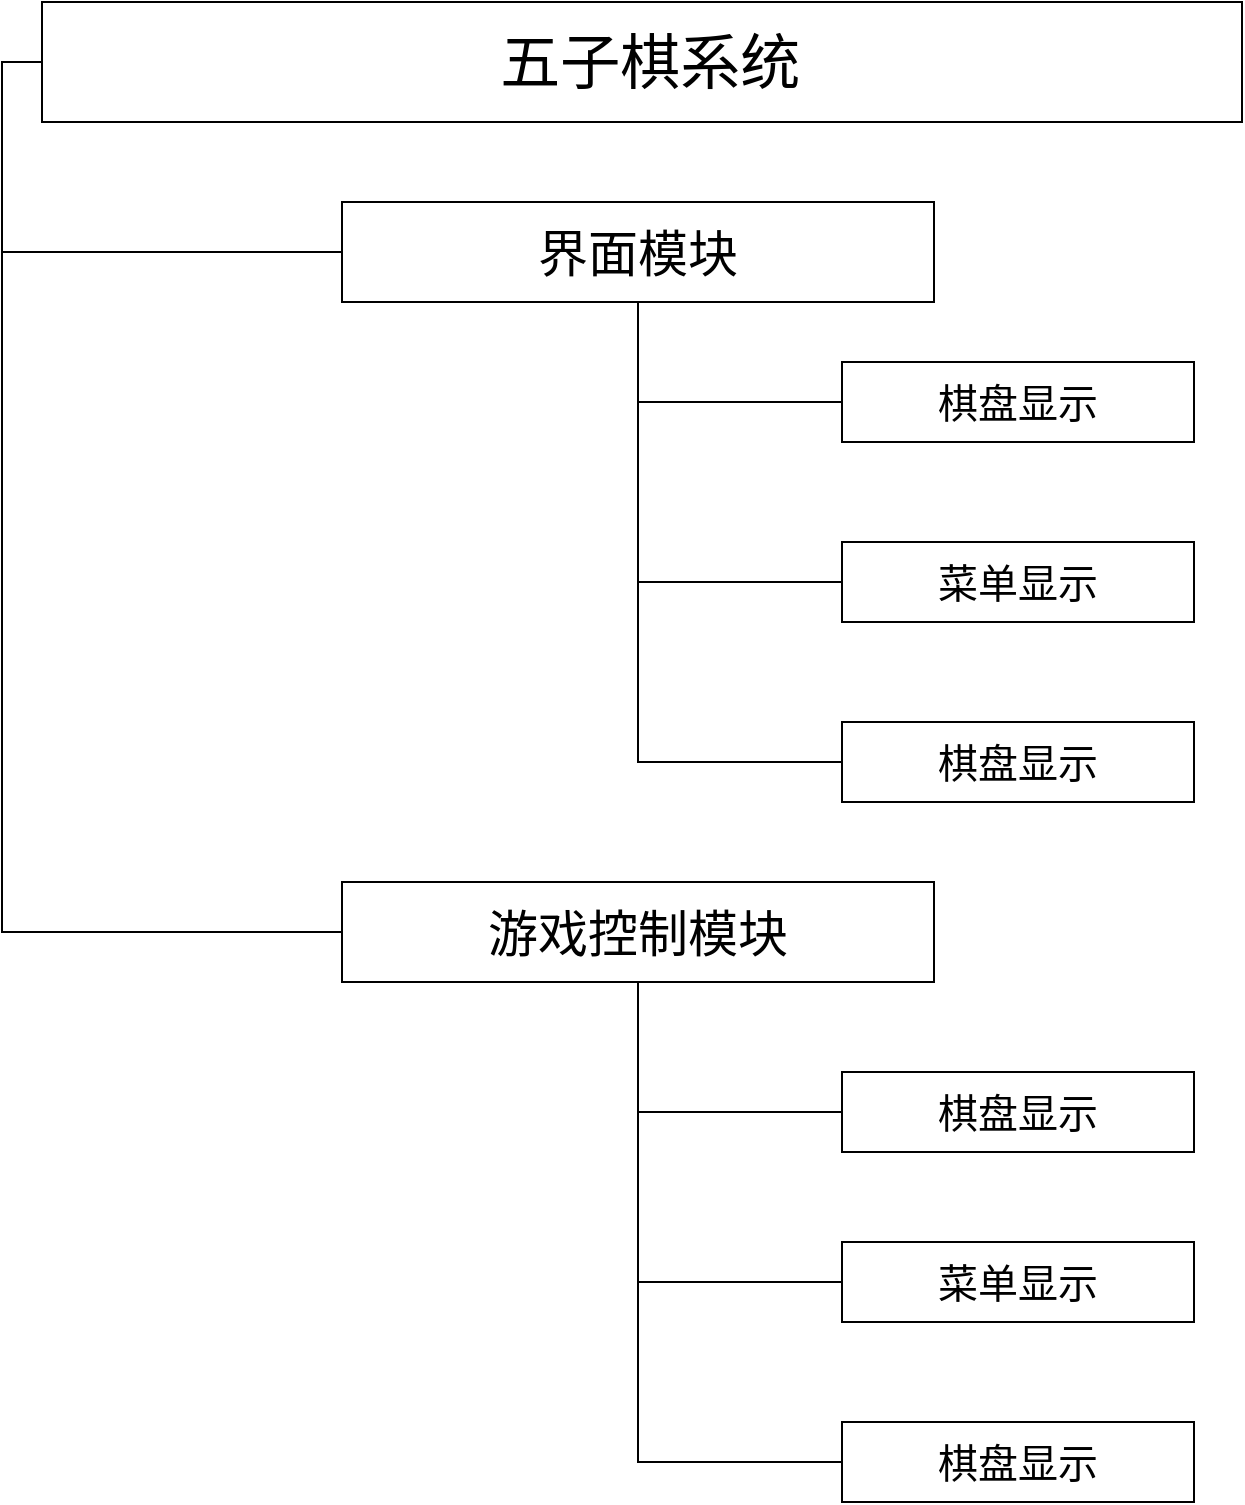
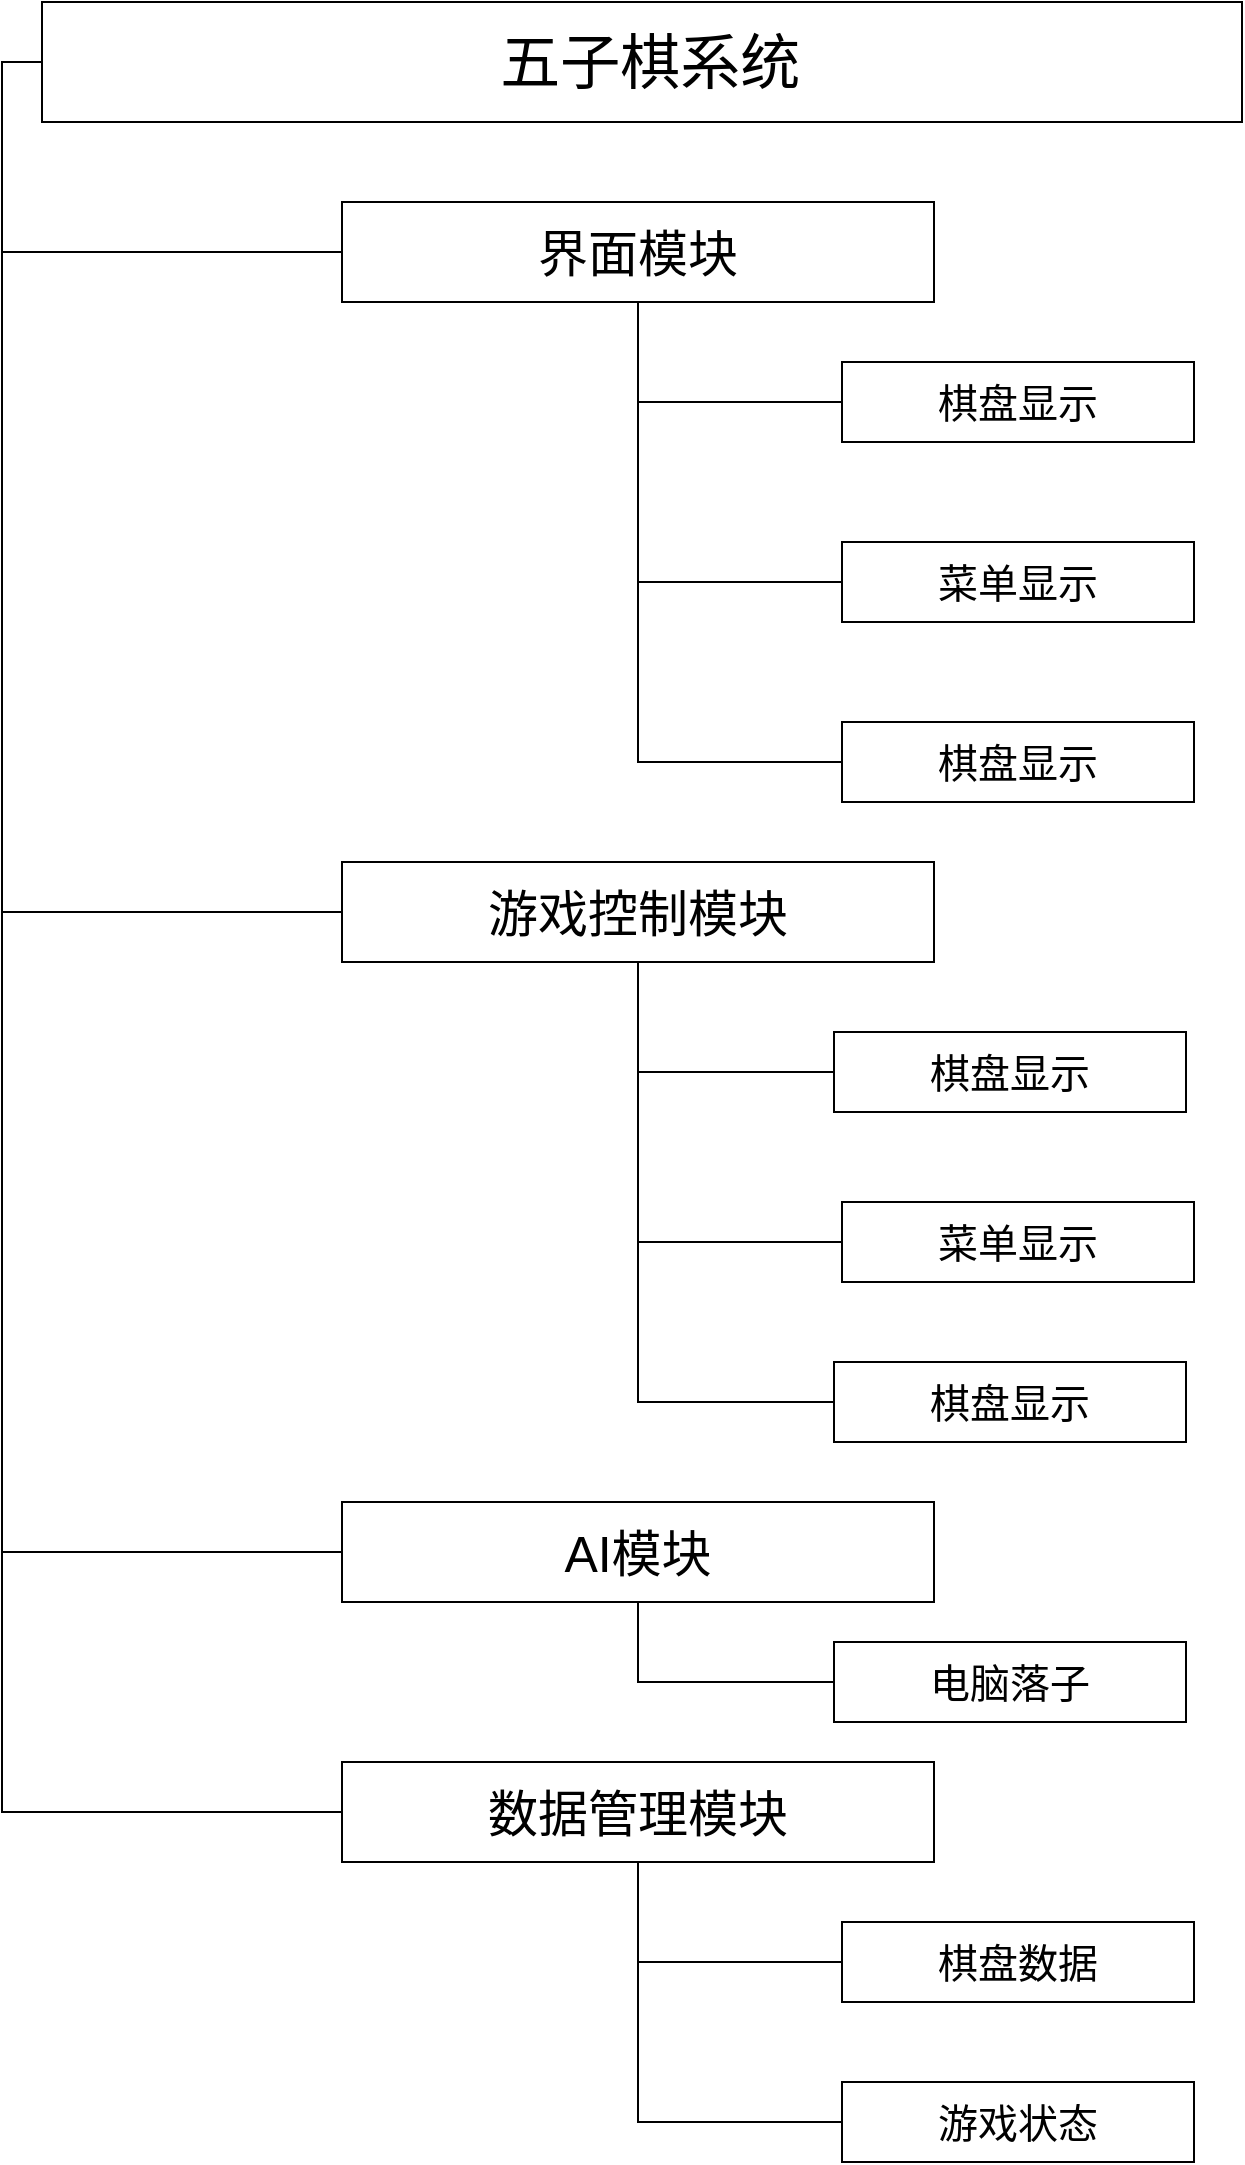
<mxfile host="app.diagrams.net">
  <diagram name="第 1 页" id="6xUhiLo2wfzWYMqrNlDq">
    <mxGraphModel dx="2054" dy="1198" grid="1" gridSize="10" guides="1" tooltips="1" connect="1" arrows="1" fold="1" page="1" pageScale="1" pageWidth="827" pageHeight="1169" math="0" shadow="0">
      <root>
        <mxCell id="0" />
        <mxCell id="1" parent="0" />
        <mxCell id="8LW64uSIi9CgH1aFV7yo-34" edge="1" parent="1" source="8LW64uSIi9CgH1aFV7yo-30" style="edgeStyle=orthogonalEdgeStyle;rounded=0;orthogonalLoop=1;jettySize=auto;html=1;exitX=0;exitY=0.5;exitDx=0;exitDy=0;entryX=0;entryY=0.5;entryDx=0;entryDy=0;endArrow=none;endFill=0;" target="8LW64uSIi9CgH1aFV7yo-32">
          <mxGeometry relative="1" as="geometry" />
        </mxCell>
        <mxCell id="8LW64uSIi9CgH1aFV7yo-42" edge="1" parent="1" source="8LW64uSIi9CgH1aFV7yo-30" style="edgeStyle=orthogonalEdgeStyle;rounded=0;orthogonalLoop=1;jettySize=auto;html=1;exitX=0;exitY=0.5;exitDx=0;exitDy=0;entryX=0;entryY=0.5;entryDx=0;entryDy=0;endArrow=none;endFill=0;" target="8LW64uSIi9CgH1aFV7yo-41">
+           <mxGeometry relative="1" as="geometry" />
+         </mxCell>
+         <mxCell id="8LW64uSIi9CgH1aFV7yo-50" edge="1" parent="1" source="8LW64uSIi9CgH1aFV7yo-30" style="edgeStyle=orthogonalEdgeStyle;rounded=0;orthogonalLoop=1;jettySize=auto;html=1;exitX=0;exitY=0.5;exitDx=0;exitDy=0;entryX=0;entryY=0.5;entryDx=0;entryDy=0;endArrow=none;endFill=0;" target="8LW64uSIi9CgH1aFV7yo-49">
+           <mxGeometry relative="1" as="geometry" />
+         </mxCell>
+         <mxCell id="8LW64uSIi9CgH1aFV7yo-54" edge="1" parent="1" source="8LW64uSIi9CgH1aFV7yo-30" style="edgeStyle=orthogonalEdgeStyle;rounded=0;orthogonalLoop=1;jettySize=auto;html=1;exitX=0;exitY=0.5;exitDx=0;exitDy=0;entryX=0;entryY=0.5;entryDx=0;entryDy=0;endArrow=none;endFill=0;" target="8LW64uSIi9CgH1aFV7yo-53">
          <mxGeometry relative="1" as="geometry" />
        </mxCell>
        <mxCell id="8LW64uSIi9CgH1aFV7yo-30" parent="1" style="rounded=0;whiteSpace=wrap;html=1;" value="&lt;font style=&quot;font-size: 30px;&quot;&gt;&amp;nbsp;五子棋系统&lt;/font&gt;" vertex="1">
          <mxGeometry height="60" width="600" x="114" y="30" as="geometry" />
        </mxCell>
        <mxCell id="8LW64uSIi9CgH1aFV7yo-38" edge="1" parent="1" source="8LW64uSIi9CgH1aFV7yo-32" style="edgeStyle=orthogonalEdgeStyle;rounded=0;orthogonalLoop=1;jettySize=auto;html=1;exitX=0.5;exitY=1;exitDx=0;exitDy=0;entryX=0;entryY=0.5;entryDx=0;entryDy=0;endArrow=none;endFill=0;" target="8LW64uSIi9CgH1aFV7yo-35">
          <mxGeometry relative="1" as="geometry" />
        </mxCell>
        <mxCell id="8LW64uSIi9CgH1aFV7yo-39" edge="1" parent="1" source="8LW64uSIi9CgH1aFV7yo-32" style="edgeStyle=orthogonalEdgeStyle;rounded=0;orthogonalLoop=1;jettySize=auto;html=1;exitX=0.5;exitY=1;exitDx=0;exitDy=0;entryX=0;entryY=0.5;entryDx=0;entryDy=0;endArrow=none;endFill=0;" target="8LW64uSIi9CgH1aFV7yo-36">
          <mxGeometry relative="1" as="geometry" />
        </mxCell>
        <mxCell id="8LW64uSIi9CgH1aFV7yo-40" edge="1" parent="1" source="8LW64uSIi9CgH1aFV7yo-32" style="edgeStyle=orthogonalEdgeStyle;rounded=0;orthogonalLoop=1;jettySize=auto;html=1;exitX=0.5;exitY=1;exitDx=0;exitDy=0;entryX=0;entryY=0.5;entryDx=0;entryDy=0;endArrow=none;endFill=0;" target="8LW64uSIi9CgH1aFV7yo-37">
          <mxGeometry relative="1" as="geometry" />
        </mxCell>
        <mxCell id="8LW64uSIi9CgH1aFV7yo-32" parent="1" style="rounded=0;whiteSpace=wrap;html=1;" value="&lt;font style=&quot;font-size: 25px;&quot;&gt;界面模块&lt;/font&gt;" vertex="1">
          <mxGeometry height="50" width="296" x="264" y="130" as="geometry" />
        </mxCell>
        <mxCell id="8LW64uSIi9CgH1aFV7yo-35" parent="1" style="rounded=0;whiteSpace=wrap;html=1;" value="&lt;font style=&quot;font-size: 20px;&quot;&gt;棋盘显示&lt;/font&gt;" vertex="1">
          <mxGeometry height="40" width="176" x="514" y="210" as="geometry" />
        </mxCell>
        <mxCell id="8LW64uSIi9CgH1aFV7yo-36" parent="1" style="rounded=0;whiteSpace=wrap;html=1;" value="&lt;font style=&quot;font-size: 20px;&quot;&gt;菜单显示&lt;/font&gt;&lt;span style=&quot;color: rgba(0, 0, 0, 0); font-family: monospace; font-size: 0px; text-align: start; white-space: nowrap;&quot;&gt;%3CmxGraphModel%3E%3Croot%3E%3CmxCell%20id%3D%220%22%2F%3E%3CmxCell%20id%3D%221%22%20parent%3D%220%22%2F%3E%3CmxCell%20id%3D%222%22%20parent%3D%221%22%20style%3D%22rounded%3D0%3BwhiteSpace%3Dwrap%3Bhtml%3D1%3B%22%20value%3D%22%26lt%3Bfont%20style%3D%26quot%3Bfont-size%3A%2020px%3B%26quot%3B%26gt%3B%E6%A3%8B%E7%9B%98%E6%98%BE%E7%A4%BA%26lt%3B%2Ffont%26gt%3B%22%20vertex%3D%221%22%3E%3CmxGeometry%20height%3D%2260%22%20width%3D%22200%22%20x%3D%22514%22%20y%3D%22300%22%20as%3D%22geometry%22%2F%3E%3C%2FmxCell%3E%3C%2Froot%3E%3C%2FmxGraphModel%3E&lt;/span&gt;" vertex="1">
          <mxGeometry height="40" width="176" x="514" y="300" as="geometry" />
        </mxCell>
        <mxCell id="8LW64uSIi9CgH1aFV7yo-37" parent="1" style="rounded=0;whiteSpace=wrap;html=1;" value="&lt;font style=&quot;font-size: 20px;&quot;&gt;棋盘显示&lt;/font&gt;" vertex="1">
          <mxGeometry height="40" width="176" x="514" y="390" as="geometry" />
        </mxCell>
        <mxCell id="8LW64uSIi9CgH1aFV7yo-46" edge="1" parent="1" source="8LW64uSIi9CgH1aFV7yo-41" style="edgeStyle=orthogonalEdgeStyle;rounded=0;orthogonalLoop=1;jettySize=auto;html=1;exitX=0.5;exitY=1;exitDx=0;exitDy=0;entryX=0;entryY=0.5;entryDx=0;entryDy=0;endArrow=none;endFill=0;startArrow=none;startFill=0;" target="8LW64uSIi9CgH1aFV7yo-43">
          <mxGeometry relative="1" as="geometry" />
        </mxCell>
        <mxCell id="8LW64uSIi9CgH1aFV7yo-47" edge="1" parent="1" source="8LW64uSIi9CgH1aFV7yo-41" style="edgeStyle=orthogonalEdgeStyle;rounded=0;orthogonalLoop=1;jettySize=auto;html=1;exitX=0.5;exitY=1;exitDx=0;exitDy=0;entryX=0;entryY=0.5;entryDx=0;entryDy=0;endArrow=none;endFill=0;" target="8LW64uSIi9CgH1aFV7yo-44">
          <mxGeometry relative="1" as="geometry" />
        </mxCell>
        <mxCell id="8LW64uSIi9CgH1aFV7yo-48" edge="1" parent="1" source="8LW64uSIi9CgH1aFV7yo-41" style="edgeStyle=orthogonalEdgeStyle;rounded=0;orthogonalLoop=1;jettySize=auto;html=1;exitX=0.5;exitY=1;exitDx=0;exitDy=0;entryX=0;entryY=0.5;entryDx=0;entryDy=0;endArrow=none;endFill=0;" target="8LW64uSIi9CgH1aFV7yo-45">
          <mxGeometry relative="1" as="geometry" />
        </mxCell>
        <mxCell id="8LW64uSIi9CgH1aFV7yo-41" parent="1" style="rounded=0;whiteSpace=wrap;html=1;" value="&lt;font style=&quot;font-size: 25px;&quot;&gt;游戏控制模块&lt;/font&gt;" vertex="1">
-           <mxGeometry height="50" width="296" x="264" y="470" as="geometry" />
+           <mxGeometry height="50" width="296" x="264" y="460" as="geometry" />
        </mxCell>
        <mxCell id="8LW64uSIi9CgH1aFV7yo-43" parent="1" style="rounded=0;whiteSpace=wrap;html=1;" value="&lt;font style=&quot;font-size: 20px;&quot;&gt;棋盘显示&lt;/font&gt;" vertex="1">
-           <mxGeometry height="40" width="176" x="514" y="565" as="geometry" />
+           <mxGeometry height="40" width="176" x="510" y="545" as="geometry" />
        </mxCell>
        <mxCell id="8LW64uSIi9CgH1aFV7yo-44" parent="1" style="rounded=0;whiteSpace=wrap;html=1;" value="&lt;font style=&quot;font-size: 20px;&quot;&gt;菜单显示&lt;/font&gt;&lt;span style=&quot;color: rgba(0, 0, 0, 0); font-family: monospace; font-size: 0px; text-align: start; white-space: nowrap;&quot;&gt;%3CmxGraphModel%3E%3Croot%3E%3CmxCell%20id%3D%220%22%2F%3E%3CmxCell%20id%3D%221%22%20parent%3D%220%22%2F%3E%3CmxCell%20id%3D%222%22%20parent%3D%221%22%20style%3D%22rounded%3D0%3BwhiteSpace%3Dwrap%3Bhtml%3D1%3B%22%20value%3D%22%26lt%3Bfont%20style%3D%26quot%3Bfont-size%3A%2020px%3B%26quot%3B%26gt%3B%E6%A3%8B%E7%9B%98%E6%98%BE%E7%A4%BA%26lt%3B%2Ffont%26gt%3B%22%20vertex%3D%221%22%3E%3CmxGeometry%20height%3D%2260%22%20width%3D%22200%22%20x%3D%22514%22%20y%3D%22300%22%20as%3D%22geometry%22%2F%3E%3C%2FmxCell%3E%3C%2Froot%3E%3C%2FmxGraphModel%3E&lt;/span&gt;" vertex="1">
-           <mxGeometry height="40" width="176" x="514" y="650" as="geometry" />
+           <mxGeometry height="40" width="176" x="514" y="630" as="geometry" />
        </mxCell>
        <mxCell id="8LW64uSIi9CgH1aFV7yo-45" parent="1" style="rounded=0;whiteSpace=wrap;html=1;" value="&lt;font style=&quot;font-size: 20px;&quot;&gt;棋盘显示&lt;/font&gt;" vertex="1">
-           <mxGeometry height="40" width="176" x="514" y="740" as="geometry" />
+           <mxGeometry height="40" width="176" x="510" y="710" as="geometry" />
+         </mxCell>
+         <mxCell id="8LW64uSIi9CgH1aFV7yo-52" edge="1" parent="1" source="8LW64uSIi9CgH1aFV7yo-49" style="edgeStyle=orthogonalEdgeStyle;rounded=0;orthogonalLoop=1;jettySize=auto;html=1;exitX=0.5;exitY=1;exitDx=0;exitDy=0;entryX=0;entryY=0.5;entryDx=0;entryDy=0;endArrow=none;endFill=0;" target="8LW64uSIi9CgH1aFV7yo-51">
+           <mxGeometry relative="1" as="geometry" />
+         </mxCell>
+         <mxCell id="8LW64uSIi9CgH1aFV7yo-49" parent="1" style="rounded=0;whiteSpace=wrap;html=1;" value="&lt;font style=&quot;font-size: 25px;&quot;&gt;AI模块&lt;/font&gt;" vertex="1">
+           <mxGeometry height="50" width="296" x="264" y="780" as="geometry" />
+         </mxCell>
+         <mxCell id="8LW64uSIi9CgH1aFV7yo-51" parent="1" style="rounded=0;whiteSpace=wrap;html=1;" value="&lt;font style=&quot;font-size: 20px;&quot;&gt;电脑落子&lt;/font&gt;" vertex="1">
+           <mxGeometry height="40" width="176" x="510" y="850" as="geometry" />
+         </mxCell>
+         <mxCell id="8LW64uSIi9CgH1aFV7yo-57" edge="1" parent="1" source="8LW64uSIi9CgH1aFV7yo-53" style="edgeStyle=orthogonalEdgeStyle;rounded=0;orthogonalLoop=1;jettySize=auto;html=1;exitX=0.5;exitY=1;exitDx=0;exitDy=0;entryX=0;entryY=0.5;entryDx=0;entryDy=0;endArrow=none;endFill=0;" target="8LW64uSIi9CgH1aFV7yo-55">
+           <mxGeometry relative="1" as="geometry" />
+         </mxCell>
+         <mxCell id="8LW64uSIi9CgH1aFV7yo-58" edge="1" parent="1" source="8LW64uSIi9CgH1aFV7yo-53" style="edgeStyle=orthogonalEdgeStyle;rounded=0;orthogonalLoop=1;jettySize=auto;html=1;exitX=0.5;exitY=1;exitDx=0;exitDy=0;entryX=0;entryY=0.5;entryDx=0;entryDy=0;endArrow=none;endFill=0;" target="8LW64uSIi9CgH1aFV7yo-56">
+           <mxGeometry relative="1" as="geometry" />
+         </mxCell>
+         <mxCell id="8LW64uSIi9CgH1aFV7yo-53" parent="1" style="rounded=0;whiteSpace=wrap;html=1;" value="&lt;font style=&quot;font-size: 25px;&quot;&gt;数据管理模块&lt;/font&gt;" vertex="1">
+           <mxGeometry height="50" width="296" x="264" y="910" as="geometry" />
+         </mxCell>
+         <mxCell id="8LW64uSIi9CgH1aFV7yo-55" parent="1" style="rounded=0;whiteSpace=wrap;html=1;" value="&lt;font style=&quot;font-size: 20px;&quot;&gt;棋盘数据&lt;/font&gt;" vertex="1">
+           <mxGeometry height="40" width="176" x="514" y="990" as="geometry" />
+         </mxCell>
+         <mxCell id="8LW64uSIi9CgH1aFV7yo-56" parent="1" style="rounded=0;whiteSpace=wrap;html=1;" value="&lt;font style=&quot;font-size: 20px;&quot;&gt;游戏状态&lt;/font&gt;" vertex="1">
+           <mxGeometry height="40" width="176" x="514" y="1070" as="geometry" />
        </mxCell>
      </root>
    </mxGraphModel>
  </diagram>
</mxfile>
